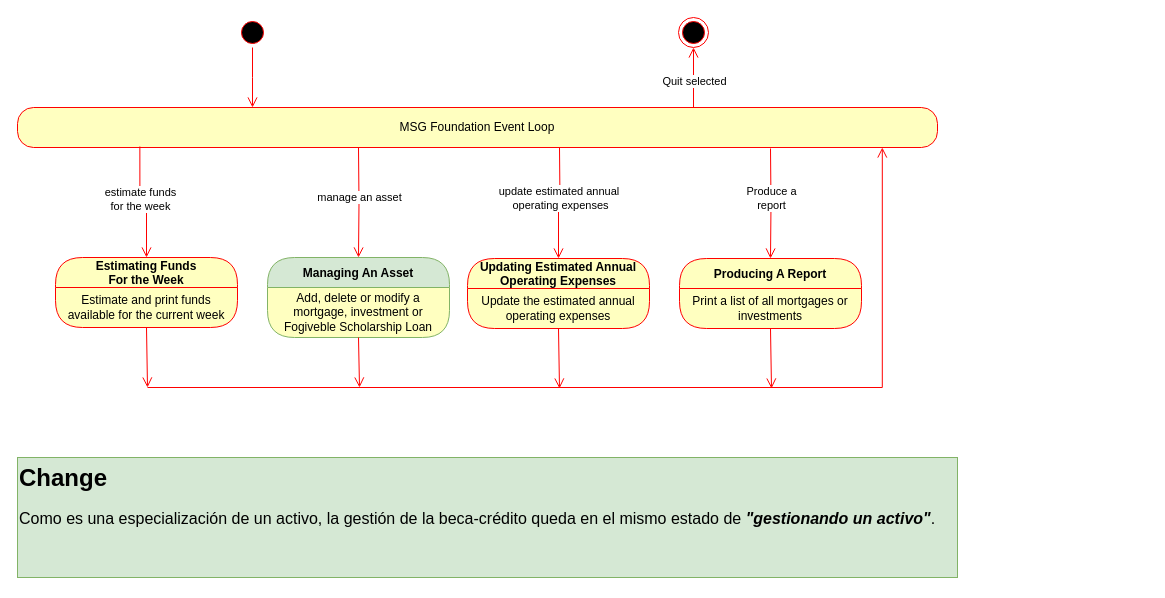
Above: Iteration2-becaCrédito/3. MSG-F MachineStateChart.drawio in is-i/MSGF (draw.io), before the change. Source tidied: cells renumbered, new cells numbered last; positions are measured from the earlier drawing's top-left corner, leaving out a move shared by most shapes. Both pictures are drawn from the tidied source at 100%, with x=0, y=0 at pixel (17, 17).
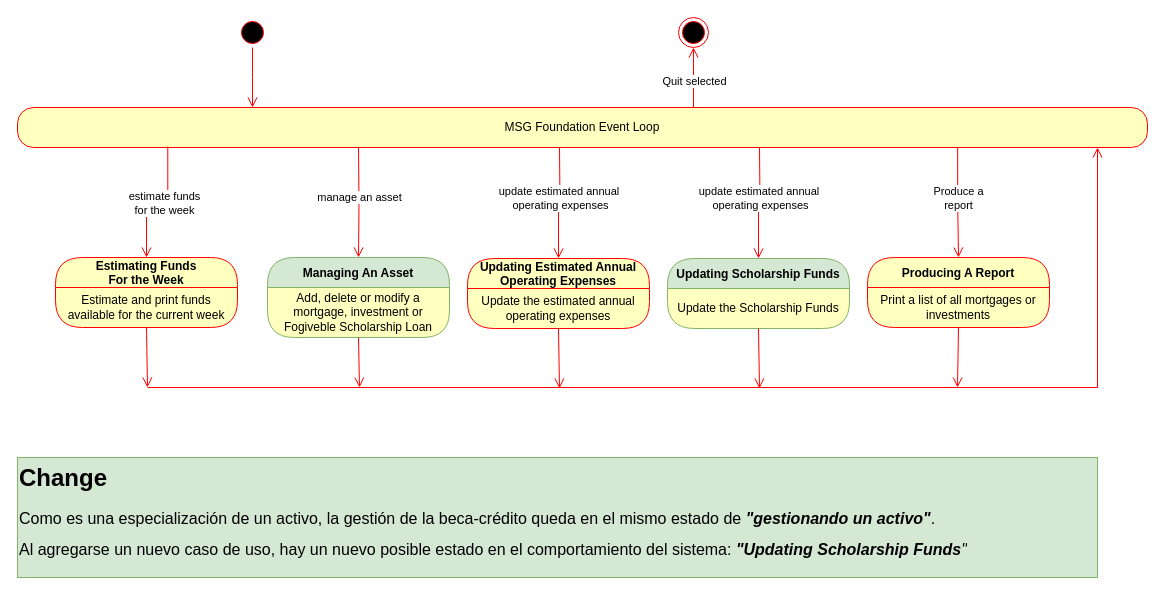
Above is the later version.

Commit message (it also covers changes not shown here):
Missing new use case added for updating available funds for scholarships

The change refers to these unchanged cells:
```xml
<mxCell id="12" value="Managing An Asset" style="swimlane;fontStyle=1;align=center;verticalAlign=middle;horizontal=1;startSize=30;rounded=1;arcSize=30;strokeColor=#82b366;fillColor=#d5e8d4;swimlaneFillColor=#ffffc0;" parent="1" vertex="1">
  <mxGeometry x="250" y="240" width="182" height="80" as="geometry" />
</mxCell>
<mxCell id="23" value="Print a list of all mortgages or investments" style="text;html=1;strokeColor=none;fillColor=none;align=center;verticalAlign=middle;spacingLeft=4;spacingRight=4;whiteSpace=wrap;overflow=hidden;fontColor=#000000;" parent="22" vertex="1">
  <mxGeometry y="30" width="182" height="40" as="geometry" />
</mxCell>
```

What changed in the source:
```diff
@@
     <mxCell id="4" value="MSG Foundation Event Loop" style="rounded=1;whiteSpace=wrap;html=1;arcSize=40;fontColor=#000000;fillColor=#ffffc0;strokeColor=#ff0000;" parent="1" vertex="1">
-      <mxGeometry y="90" width="920" height="40" as="geometry" />
+      <mxGeometry y="90" width="1130" height="40" as="geometry" />
     </mxCell>
@@
-    <mxCell id="13" value="Add, delete or modify a mortgage, investment or Fogiveble Scholarship Loan" style="text;html=1;strokeColor=none;fillColor=none;align=center;verticalAlign=middle;spacingLeft=4;spacingRight=4;whiteSpace=wrap;overflow=hidden;fontColor=#000000;" parent="12" vertex="1">
+    <mxCell id="13" value="Add, delete or modify a mortgage, investment or Fogiveble Scholarship Loan" style="text;html=1;strokeColor=none;fillColor=none;align=center;verticalAlign=middle;spacingLeft=4;spacingRight=4;whiteSpace=wrap;overflow=hidden;fontColor=#000000;rounded=1;" parent="12" vertex="1">
       <mxGeometry y="30" width="182" height="50" as="geometry" />
     </mxCell>
@@
-    <mxCell id="15" style="edgeStyle=orthogonalEdgeStyle;html=1;verticalAlign=bottom;endArrow=open;endSize=8;strokeColor=#ff0000;rounded=0;exitX=0.133;exitY=0.975;exitDx=0;exitDy=0;exitPerimeter=0;entryX=0.5;entryY=0;entryDx=0;entryDy=0;" parent="1" edge="1" target="17">
-      <mxGeometry x="0.59" relative="1" as="geometry">
-        <mxPoint x="542" y="130" as="sourcePoint" />
-      </mxGeometry>
-    </mxCell>
-    <mxCell id="16" value="update estimated annual&amp;nbsp;&lt;br&gt;operating expenses" style="edgeLabel;html=1;align=center;verticalAlign=middle;" parent="15" vertex="1">
-      <mxGeometry x="-0.1" relative="1" as="geometry" />
-    </mxCell>
-    <mxCell id="17" value="Updating Estimated Annual&#10;Operating Expenses" style="swimlane;fontStyle=1;align=center;verticalAlign=middle;horizontal=1;startSize=30;fontColor=#000000;rounded=1;arcSize=30;strokeColor=#ff0000;fillColor=#ffffc0;swimlaneFillColor=#ffffc0;" parent="1" vertex="1">
-      <mxGeometry x="450" y="241" width="182" height="70" as="geometry" />
-    </mxCell>
-    <mxCell id="18" value="Update the estimated annual operating expenses" style="text;html=1;strokeColor=none;fillColor=none;align=center;verticalAlign=middle;spacingLeft=4;spacingRight=4;whiteSpace=wrap;overflow=hidden;fontColor=#000000;" parent="17" vertex="1">
-      <mxGeometry y="30" width="182" height="40" as="geometry" />
-    </mxCell>
-    <mxCell id="19" style="html=1;verticalAlign=bottom;endArrow=open;endSize=8;strokeColor=#ff0000;rounded=0;exitX=0.5;exitY=1;exitDx=0;exitDy=0;" parent="1" edge="1" source="18">
-      <mxGeometry relative="1" as="geometry">
-        <mxPoint x="542" y="371" as="targetPoint" />
-      </mxGeometry>
-    </mxCell>
-    <mxCell id="20" style="edgeStyle=orthogonalEdgeStyle;html=1;verticalAlign=bottom;endArrow=open;endSize=8;strokeColor=#ff0000;rounded=0;exitX=0.205;exitY=1;exitDx=0;exitDy=0;exitPerimeter=0;entryX=0.5;entryY=0;entryDx=0;entryDy=0;" parent="1" edge="1" target="22">
-      <mxGeometry x="0.75" relative="1" as="geometry">
-        <mxPoint x="753" y="131" as="sourcePoint" />
-      </mxGeometry>
+    <mxCell id="20" style="edgeStyle=orthogonalEdgeStyle;html=1;verticalAlign=bottom;endArrow=open;endSize=8;strokeColor=#ff0000;rounded=0;exitX=0.832;exitY=1.002;exitDx=0;exitDy=0;exitPerimeter=0;entryX=0.5;entryY=0;entryDx=0;entryDy=0;" parent="1" edge="1" source="4" target="22">
+      <mxGeometry x="0.75" relative="1" as="geometry" />
     </mxCell>
@@
     <mxCell id="22" value="Producing A Report" style="swimlane;fontStyle=1;align=center;verticalAlign=middle;horizontal=1;startSize=30;fontColor=#000000;rounded=1;arcSize=30;strokeColor=#ff0000;fillColor=#ffffc0;swimlaneFillColor=#ffffc0;" parent="1" vertex="1">
-      <mxGeometry x="662" y="241" width="182" height="70" as="geometry" />
+      <mxGeometry x="850" y="240" width="182" height="70" as="geometry" />
     </mxCell>
@@
     <mxCell id="24" style="html=1;verticalAlign=bottom;endArrow=open;endSize=8;strokeColor=#ff0000;rounded=0;exitX=0.5;exitY=1;exitDx=0;exitDy=0;" parent="1" edge="1" source="23">
       <mxGeometry relative="1" as="geometry">
-        <mxPoint x="754" y="371" as="targetPoint" />
+        <mxPoint x="940" y="370" as="targetPoint" />
       </mxGeometry>
     </mxCell>
     <mxCell id="25" style="html=1;verticalAlign=bottom;endArrow=open;endSize=8;strokeColor=#ff0000;rounded=0;edgeStyle=orthogonalEdgeStyle;" parent="1" edge="1" target="4">
       <mxGeometry x="0.03" relative="1" as="geometry">
         <mxPoint x="130" y="370" as="sourcePoint" />
         <Array as="points">
-          <mxPoint x="864.8" y="370" />
+          <mxPoint x="1080" y="370" />
         </Array>
       </mxGeometry>
     </mxCell>
@@
-    <mxCell id="29" value="&lt;h1 style=&quot;margin-top: 0px;&quot;&gt;Change&lt;/h1&gt;&lt;p&gt;&lt;font style=&quot;font-size: 16px;&quot;&gt;Como es una especialización de un activo, la gestión de la beca-crédito queda en el mismo estado de &lt;b&gt;&lt;i&gt;&quot;gestionando un activo&quot;&lt;/i&gt;&lt;/b&gt;&lt;/font&gt;&lt;span style=&quot;font-size: 16px; background-color: transparent; color: light-dark(#000000, var(--ge-light-color, #ffffff));&quot;&gt;.&amp;nbsp;&lt;/span&gt;&lt;/p&gt;" style="text;html=1;whiteSpace=wrap;overflow=hidden;rounded=0;strokeColor=#82b366;fillColor=#d5e8d4;" parent="1" vertex="1">
-      <mxGeometry y="440" width="940" height="120" as="geometry" />
+    <mxCell id="29" value="&lt;h1 style=&quot;margin-top: 0px;&quot;&gt;Change&lt;/h1&gt;&lt;p&gt;&lt;font style=&quot;font-size: 16px;&quot;&gt;Como es una especialización de un activo, la gestión de la beca-crédito queda en el mismo estado de &lt;b&gt;&lt;i&gt;&quot;gestionando un activo&quot;&lt;/i&gt;&lt;/b&gt;&lt;/font&gt;&lt;span style=&quot;font-size: 16px; background-color: transparent; color: light-dark(#000000, var(--ge-light-color, #ffffff));&quot;&gt;.&amp;nbsp;&lt;/span&gt;&lt;/p&gt;&lt;p&gt;&lt;span style=&quot;font-size: 16px; background-color: transparent; color: light-dark(#000000, var(--ge-light-color, #ffffff));&quot;&gt;Al agregarse un nuevo caso de uso, hay un nuevo posible estado en el comportamiento del sistema: &lt;i&gt;&lt;b&gt;&quot;Updating Scholarship Funds&lt;/b&gt;&quot;&lt;/i&gt;&lt;/span&gt;&lt;/p&gt;" style="text;html=1;whiteSpace=wrap;overflow=hidden;rounded=0;strokeColor=#82b366;fillColor=#d5e8d4;" parent="1" vertex="1">
+      <mxGeometry y="440" width="1080" height="120" as="geometry" />
     </mxCell>
+    <mxCell id="30" style="group;" parent="1" vertex="1">
+      <mxGeometry x="450" y="130" width="182" height="241" as="geometry" />
+    </mxCell>
+    <mxCell id="15" style="edgeStyle=orthogonalEdgeStyle;html=1;verticalAlign=bottom;endArrow=open;endSize=8;strokeColor=#ff0000;rounded=0;exitX=0.133;exitY=0.975;exitDx=0;exitDy=0;exitPerimeter=0;entryX=0.5;entryY=0;entryDx=0;entryDy=0;" parent="30" edge="1" target="17">
+      <mxGeometry x="0.59" relative="1" as="geometry">
+        <mxPoint x="92" as="sourcePoint" />
+      </mxGeometry>
+    </mxCell>
+    <mxCell id="16" value="update estimated annual&amp;nbsp;&lt;br&gt;operating expenses" style="edgeLabel;html=1;align=center;verticalAlign=middle;" parent="15" vertex="1">
+      <mxGeometry x="-0.1" relative="1" as="geometry" />
+    </mxCell>
+    <mxCell id="17" value="Updating Estimated Annual&#10;Operating Expenses" style="swimlane;fontStyle=1;align=center;verticalAlign=middle;horizontal=1;startSize=30;fontColor=#000000;rounded=1;arcSize=30;strokeColor=#ff0000;fillColor=#ffffc0;swimlaneFillColor=#ffffc0;" parent="30" vertex="1">
+      <mxGeometry y="111" width="182" height="70" as="geometry" />
+    </mxCell>
+    <mxCell id="18" value="Update the estimated annual operating expenses" style="text;html=1;strokeColor=none;fillColor=none;align=center;verticalAlign=middle;spacingLeft=4;spacingRight=4;whiteSpace=wrap;overflow=hidden;fontColor=#000000;" parent="17" vertex="1">
+      <mxGeometry y="30" width="182" height="40" as="geometry" />
+    </mxCell>
+    <mxCell id="19" style="html=1;verticalAlign=bottom;endArrow=open;endSize=8;strokeColor=#ff0000;rounded=0;exitX=0.5;exitY=1;exitDx=0;exitDy=0;" parent="30" edge="1" source="18">
+      <mxGeometry relative="1" as="geometry">
+        <mxPoint x="92" y="241" as="targetPoint" />
+      </mxGeometry>
+    </mxCell>
+    <mxCell id="31" style="group;" parent="1" vertex="1">
+      <mxGeometry x="650" y="130" width="182" height="241" as="geometry" />
+    </mxCell>
+    <mxCell id="32" style="edgeStyle=orthogonalEdgeStyle;html=1;verticalAlign=bottom;endArrow=open;endSize=8;strokeColor=#ff0000;rounded=0;exitX=0.133;exitY=0.975;exitDx=0;exitDy=0;exitPerimeter=0;entryX=0.5;entryY=0;entryDx=0;entryDy=0;" parent="31" edge="1" target="34">
+      <mxGeometry x="0.59" relative="1" as="geometry">
+        <mxPoint x="92" as="sourcePoint" />
+      </mxGeometry>
+    </mxCell>
+    <mxCell id="33" value="update estimated annual&amp;nbsp;&lt;br&gt;operating expenses" style="edgeLabel;html=1;align=center;verticalAlign=middle;" parent="32" vertex="1">
+      <mxGeometry x="-0.1" relative="1" as="geometry" />
+    </mxCell>
+    <mxCell id="34" value="Updating Scholarship Funds" style="swimlane;fontStyle=1;align=center;verticalAlign=middle;horizontal=1;startSize=30;rounded=1;arcSize=30;strokeColor=#82b366;fillColor=#d5e8d4;swimlaneFillColor=#ffffc0;" parent="31" vertex="1">
+      <mxGeometry y="111" width="182" height="70" as="geometry" />
+    </mxCell>
+    <mxCell id="35" value="Update the Scholarship Funds" style="text;html=1;strokeColor=none;fillColor=none;align=center;verticalAlign=middle;spacingLeft=4;spacingRight=4;whiteSpace=wrap;overflow=hidden;fontColor=#000000;" parent="34" vertex="1">
+      <mxGeometry y="30" width="182" height="40" as="geometry" />
+    </mxCell>
+    <mxCell id="36" style="html=1;verticalAlign=bottom;endArrow=open;endSize=8;strokeColor=#ff0000;rounded=0;exitX=0.5;exitY=1;exitDx=0;exitDy=0;" parent="31" edge="1" source="35">
+      <mxGeometry relative="1" as="geometry">
+        <mxPoint x="92" y="241" as="targetPoint" />
+      </mxGeometry>
+    </mxCell>
```
